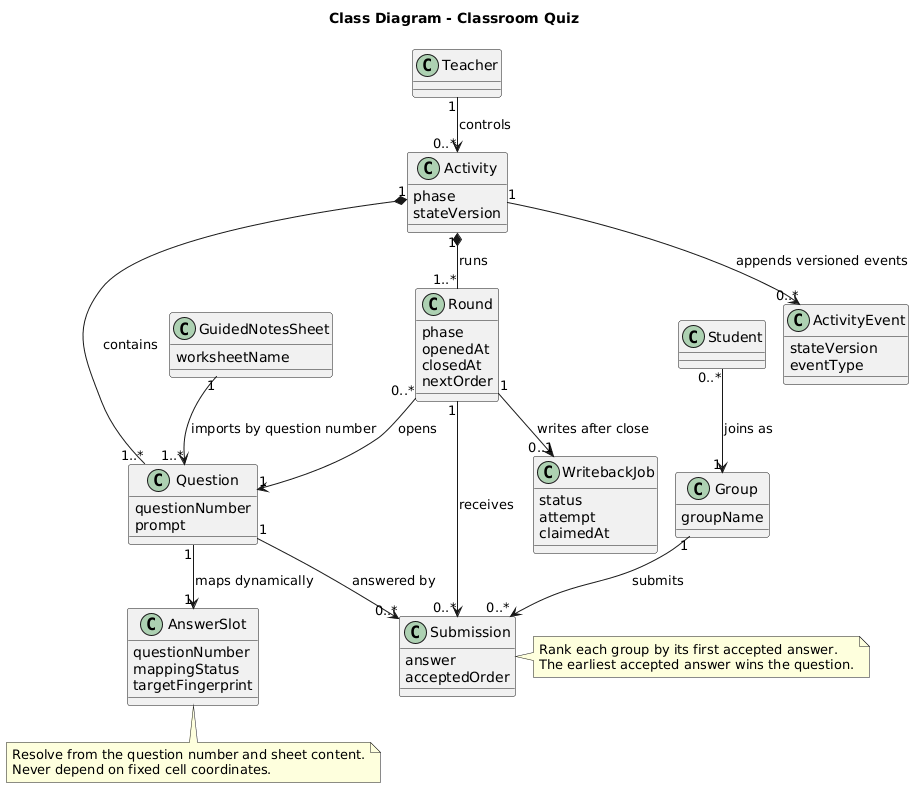
This is main/diagrams/class.png from Chunshan-Theta/2026-SW-quickanswer, a PlantUML export, as it was before one commit.
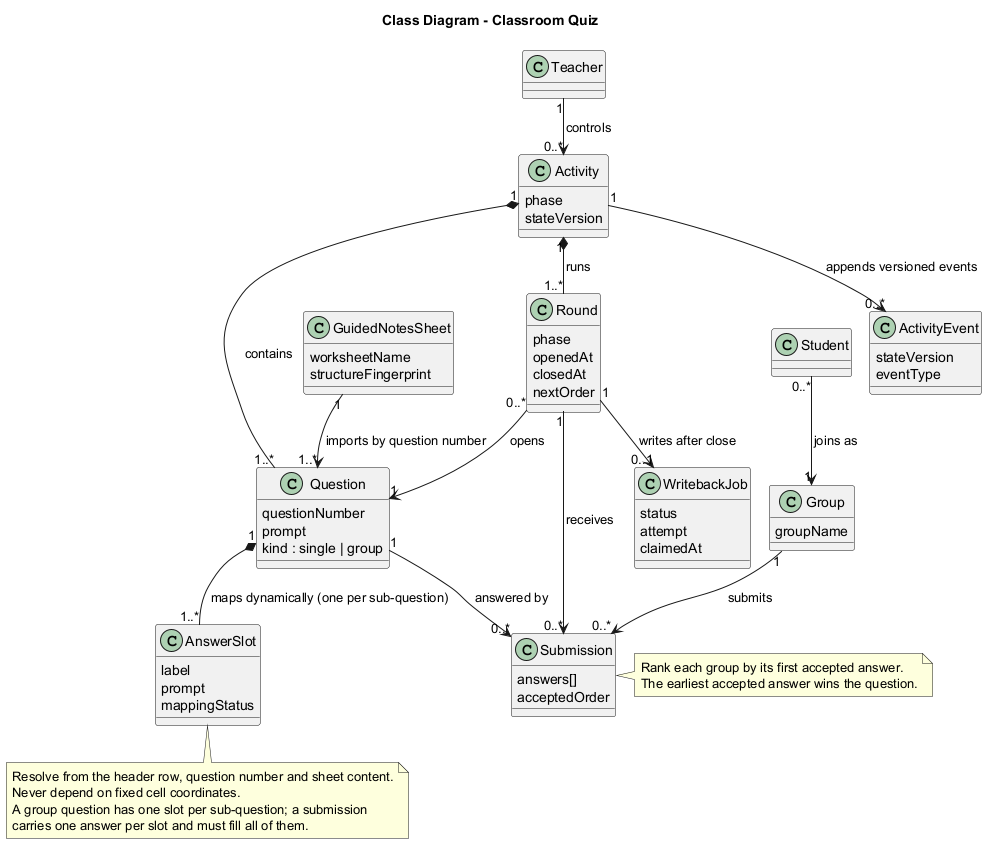
The same file after the commit.

The edit, as a diff of the source:
```diff
@@ -1,5 +1,4 @@
 @startuml
-!pragma layout smetana
 !pragma layout smetana
 title Class Diagram - Classroom Quiz
 
@@ -15,6 +14,7 @@
 class Question {
   questionNumber
   prompt
+  kind : single | group
 }
 class Round {
   phase
@@ -23,16 +23,17 @@
   nextOrder
 }
 class Submission {
-  answer
+  answers[]
   acceptedOrder
 }
 class GuidedNotesSheet {
   worksheetName
+  structureFingerprint
 }
 class AnswerSlot {
-  questionNumber
+  label
+  prompt
   mappingStatus
-  targetFingerprint
 }
 class ActivityEvent {
   stateVersion
@@ -53,7 +54,7 @@
 Round "1" --> "0..*" Submission : receives
 Question "1" --> "0..*" Submission : answered by
 GuidedNotesSheet "1" --> "1..*" Question : imports by question number
-Question "1" --> "1" AnswerSlot : maps dynamically
+Question "1" *-- "1..*" AnswerSlot : maps dynamically (one per sub-question)
 Activity "1" --> "0..*" ActivityEvent : appends versioned events
 Round "1" --> "0..1" WritebackJob : writes after close
 
@@ -62,8 +63,10 @@
   The earliest accepted answer wins the question.
 end note
 note bottom of AnswerSlot
-  Resolve from the question number and sheet content.
+  Resolve from the header row, question number and sheet content.
   Never depend on fixed cell coordinates.
+  A group question has one slot per sub-question; a submission
+  carries one answer per slot and must fill all of them.
 end note
 
 @enduml
```
